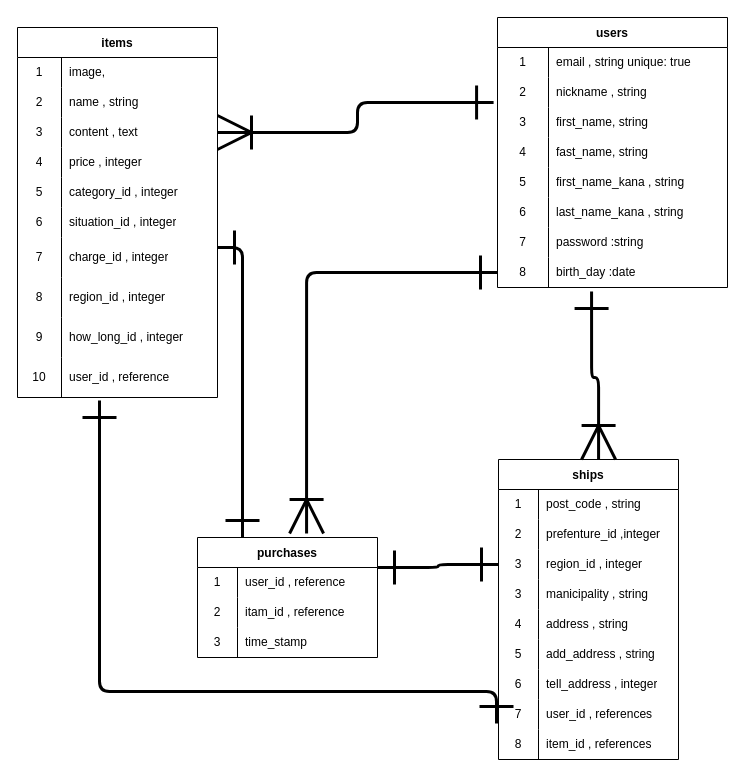
makuu-nobu/furima-40021 keeps this draw.io diagram as ER .dio. Above is the earlier version. Source tidied: cells renumbered, new cells numbered last; positions are measured from the earlier drawing's top-left corner, leaving out a move shared by most shapes. Both pictures are drawn from the tidied source at 100%, with x=0, y=0 at pixel (17, 17).
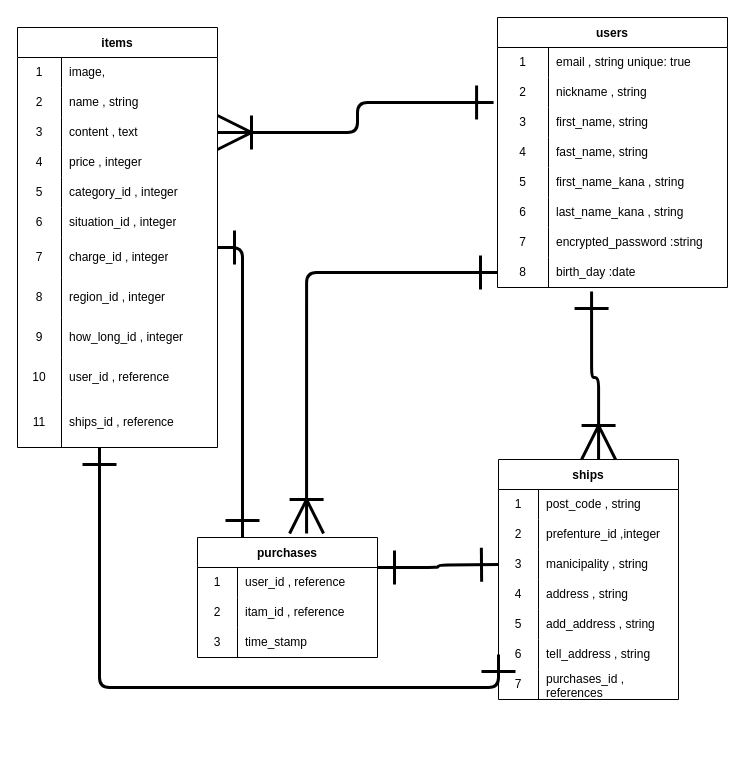
After the change.

Commit message (it also covers changes not shown here):
データベース設計の修正（２回目）

The change refers to these unchanged cells:
```xml
<mxCell id="30" style="shape=tableRow;horizontal=0;startSize=0;swimlaneHead=0;swimlaneBody=0;top=0;left=0;bottom=0;right=0;fillColor=none;points=[[0,0.5],[1,0.5]];portConstraint=eastwest;" parent="2" vertex="1">
  <mxGeometry y="330" width="200" height="40" as="geometry" />
</mxCell>
<mxCell id="52" style="shape=tableRow;horizontal=0;startSize=0;swimlaneHead=0;swimlaneBody=0;top=0;left=0;bottom=0;right=0;fillColor=none;" parent="33" vertex="1">
  <mxGeometry y="210" width="230" height="30" as="geometry" />
</mxCell>
<mxCell id="87" value="purchases" style="shape=table;startSize=30;childLayout=tableLayout;rowLines=0;fontStyle=1;" parent="1" vertex="1">
  <mxGeometry x="180" y="520" width="180" height="120" as="geometry" />
</mxCell>
```

Diff of the diagram source:
```diff
@@
     <mxCell id="2" value="items" style="shape=table;startSize=30;childLayout=tableLayout;rowLines=0;fontStyle=1;swimlaneFillColor=default;" parent="1" vertex="1">
-      <mxGeometry y="10" width="200" height="370" as="geometry" />
+      <mxGeometry y="10" width="200" height="420" as="geometry" />
     </mxCell>
@@
+    <mxCell id="103" style="shape=tableRow;horizontal=0;startSize=0;swimlaneHead=0;swimlaneBody=0;top=0;left=0;bottom=0;right=0;fillColor=none;" parent="2" vertex="1">
+      <mxGeometry y="370" width="200" height="50" as="geometry" />
+    </mxCell>
+    <mxCell id="104" value="11" style="shape=partialRectangle;html=1;whiteSpace=wrap;fillColor=none;top=0;left=0;bottom=0;right=0;overflow=hidden;" parent="103" vertex="1">
+      <mxGeometry width="44" height="50" as="geometry" />
+    </mxCell>
+    <mxCell id="105" value="ships_id , reference" style="shape=partialRectangle;html=1;whiteSpace=wrap;fillColor=none;top=0;left=0;bottom=0;right=0;align=left;spacingLeft=6;overflow=hidden;" parent="103" vertex="1">
+      <mxGeometry x="44" width="156" height="50" as="geometry" />
+    </mxCell>
@@
-    <mxCell id="54" value="password :string" style="shape=partialRectangle;html=1;whiteSpace=wrap;fillColor=none;top=0;left=0;bottom=0;right=0;align=left;spacingLeft=6;overflow=hidden;" parent="52" vertex="1">
+    <mxCell id="54" value="encrypted_password :string" style="shape=partialRectangle;html=1;whiteSpace=wrap;fillColor=none;top=0;left=0;bottom=0;right=0;align=left;spacingLeft=6;overflow=hidden;" parent="52" vertex="1">
       <mxGeometry x="51" width="179" height="30" as="geometry" />
     </mxCell>
@@
     <mxCell id="58" value="ships" style="shape=table;startSize=30;childLayout=tableLayout;rowLines=0;fontStyle=1;" parent="1" vertex="1">
-      <mxGeometry x="481" y="442" width="180" height="300" as="geometry" />
+      <mxGeometry x="481" y="442" width="180" height="240" as="geometry" />
     </mxCell>
@@
-    <mxCell id="65" style="shape=tableRow;horizontal=0;startSize=0;swimlaneHead=0;swimlaneBody=0;top=0;left=0;bottom=0;right=0;fillColor=none;points=[[0,0.5],[1,0.5]];portConstraint=eastwest;" parent="58" vertex="1">
-      <mxGeometry y="90" width="180" height="30" as="geometry" />
-    </mxCell>
-    <mxCell id="66" value="3" style="shape=partialRectangle;html=1;whiteSpace=wrap;fillColor=none;top=0;left=0;bottom=0;right=0;overflow=hidden;" parent="65" vertex="1">
-      <mxGeometry width="40" height="30" as="geometry" />
-    </mxCell>
-    <mxCell id="67" value="region_id , integer" style="shape=partialRectangle;html=1;whiteSpace=wrap;fillColor=none;top=0;left=0;bottom=0;right=0;align=left;spacingLeft=6;overflow=hidden;" parent="65" vertex="1">
-      <mxGeometry x="40" width="140" height="30" as="geometry" />
-    </mxCell>
     <mxCell id="68" style="shape=tableRow;horizontal=0;startSize=0;swimlaneHead=0;swimlaneBody=0;top=0;left=0;bottom=0;right=0;fillColor=none;" parent="58" vertex="1">
-      <mxGeometry y="120" width="180" height="30" as="geometry" />
+      <mxGeometry y="90" width="180" height="30" as="geometry" />
     </mxCell>
@@
     <mxCell id="71" style="shape=tableRow;horizontal=0;startSize=0;swimlaneHead=0;swimlaneBody=0;top=0;left=0;bottom=0;right=0;fillColor=none;" parent="58" vertex="1">
-      <mxGeometry y="150" width="180" height="30" as="geometry" />
+      <mxGeometry y="120" width="180" height="30" as="geometry" />
     </mxCell>
@@
     <mxCell id="74" style="shape=tableRow;horizontal=0;startSize=0;swimlaneHead=0;swimlaneBody=0;top=0;left=0;bottom=0;right=0;fillColor=none;" parent="58" vertex="1">
-      <mxGeometry y="180" width="180" height="30" as="geometry" />
+      <mxGeometry y="150" width="180" height="30" as="geometry" />
     </mxCell>
@@
     <mxCell id="77" style="shape=tableRow;horizontal=0;startSize=0;swimlaneHead=0;swimlaneBody=0;top=0;left=0;bottom=0;right=0;fillColor=none;points=[[0,0.5],[1,0.5]];portConstraint=eastwest;" parent="58" vertex="1">
-      <mxGeometry y="210" width="180" height="30" as="geometry" />
+      <mxGeometry y="180" width="180" height="30" as="geometry" />
     </mxCell>
@@
-    <mxCell id="79" value="tell_address , integer" style="shape=partialRectangle;html=1;whiteSpace=wrap;fillColor=none;top=0;left=0;bottom=0;right=0;align=left;spacingLeft=6;overflow=hidden;" parent="77" vertex="1">
+    <mxCell id="79" value="tell_address , string" style="shape=partialRectangle;html=1;whiteSpace=wrap;fillColor=none;top=0;left=0;bottom=0;right=0;align=left;spacingLeft=6;overflow=hidden;" parent="77" vertex="1">
       <mxGeometry x="40" width="140" height="30" as="geometry" />
     </mxCell>
     <mxCell id="80" style="shape=tableRow;horizontal=0;startSize=0;swimlaneHead=0;swimlaneBody=0;top=0;left=0;bottom=0;right=0;fillColor=none;points=[[0,0.5],[1,0.5]];portConstraint=eastwest;" parent="58" vertex="1">
-      <mxGeometry y="240" width="180" height="30" as="geometry" />
+      <mxGeometry y="210" width="180" height="30" as="geometry" />
     </mxCell>
@@
-    <mxCell id="82" value="user_id , references" style="shape=partialRectangle;html=1;whiteSpace=wrap;fillColor=none;top=0;left=0;bottom=0;right=0;align=left;spacingLeft=6;overflow=hidden;" parent="80" vertex="1">
+    <mxCell id="82" value="purchases_id , references" style="shape=partialRectangle;html=1;whiteSpace=wrap;fillColor=none;top=0;left=0;bottom=0;right=0;align=left;spacingLeft=6;overflow=hidden;" parent="80" vertex="1">
       <mxGeometry x="40" width="140" height="30" as="geometry" />
     </mxCell>
-    <mxCell id="83" style="shape=tableRow;horizontal=0;startSize=0;swimlaneHead=0;swimlaneBody=0;top=0;left=0;bottom=0;right=0;fillColor=none;" parent="58" vertex="1">
-      <mxGeometry y="270" width="180" height="30" as="geometry" />
-    </mxCell>
-    <mxCell id="84" value="8" style="shape=partialRectangle;html=1;whiteSpace=wrap;fillColor=none;top=0;left=0;bottom=0;right=0;overflow=hidden;" parent="83" vertex="1">
-      <mxGeometry width="40" height="30" as="geometry" />
-    </mxCell>
-    <mxCell id="85" value="item_id , references" style="shape=partialRectangle;html=1;whiteSpace=wrap;fillColor=none;top=0;left=0;bottom=0;right=0;align=left;spacingLeft=6;overflow=hidden;" parent="83" vertex="1">
-      <mxGeometry x="40" width="140" height="30" as="geometry" />
-    </mxCell>
@@
-    <mxCell id="101" style="edgeStyle=orthogonalEdgeStyle;jumpSize=30;html=1;exitX=0.41;exitY=1.075;exitDx=0;exitDy=0;entryX=-0.011;entryY=0.8;entryDx=0;entryDy=0;entryPerimeter=0;strokeWidth=3;startArrow=ERone;startFill=0;endArrow=ERone;endFill=0;startSize=30;endSize=30;targetPerimeterSpacing=0;exitPerimeter=0;" parent="1" edge="1" source="30" target="80">
+    <mxCell id="101" style="edgeStyle=orthogonalEdgeStyle;jumpSize=30;html=1;entryX=0;entryY=0.5;entryDx=0;entryDy=0;strokeWidth=3;startArrow=ERone;startFill=0;endArrow=ERone;endFill=0;startSize=30;endSize=30;targetPerimeterSpacing=0;" parent="1" edge="1" target="77">
       <mxGeometry relative="1" as="geometry">
+        <mxPoint x="82" y="430" as="sourcePoint" />
         <Array as="points">
-          <mxPoint x="82" y="674" />
+          <mxPoint x="82" y="670" />
+          <mxPoint x="481" y="670" />
         </Array>
       </mxGeometry>
     </mxCell>
-    <mxCell id="102" style="edgeStyle=orthogonalEdgeStyle;jumpSize=30;html=1;exitX=0;exitY=0.5;exitDx=0;exitDy=0;strokeWidth=3;startArrow=ERone;startFill=0;endArrow=ERone;endFill=0;startSize=30;endSize=30;targetPerimeterSpacing=0;entryX=1;entryY=0.25;entryDx=0;entryDy=0;" parent="1" edge="1" source="65" target="87">
-      <mxGeometry relative="1" as="geometry" />
+    <mxCell id="102" style="edgeStyle=orthogonalEdgeStyle;jumpSize=30;html=1;exitX=0;exitY=0.5;exitDx=0;exitDy=0;strokeWidth=3;startArrow=ERone;startFill=0;endArrow=ERone;endFill=0;startSize=30;endSize=30;targetPerimeterSpacing=0;entryX=1;entryY=0.25;entryDx=0;entryDy=0;" parent="1" edge="1" target="87">
+      <mxGeometry relative="1" as="geometry">
+        <mxPoint x="481" y="547" as="sourcePoint" />
+      </mxGeometry>
     </mxCell>
```
